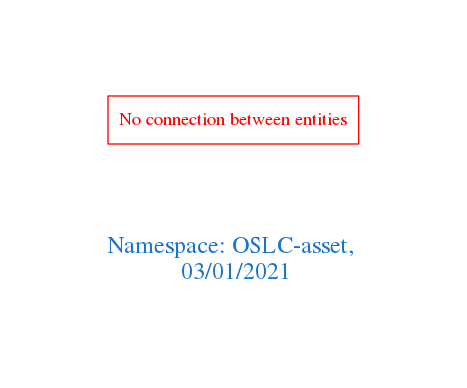
Before: downloads/OSLC-asset.png, a diagram exported from Graphviz (arago/OGIT). Its source is kept beside it as downloads/OSLC-asset.dot.
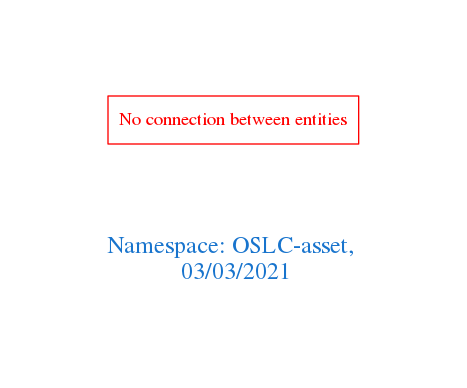
After the commit.

Change to the diagram source:
```diff
@@ -1,7 +1,7 @@
 digraph OGIT_ontology {
  graph [ rankdir= LR,pad=1
 fontsize = 18,
-fontcolor= dodgerblue3,label = "\n\n\nNamespace: OSLC-asset, \n 03/01/2021"];
+fontcolor= dodgerblue3,label = "\n\n\nNamespace: OSLC-asset, \n 03/03/2021"];
 node[shape=polygon];
 edge [  color="gray81"];
 
```
